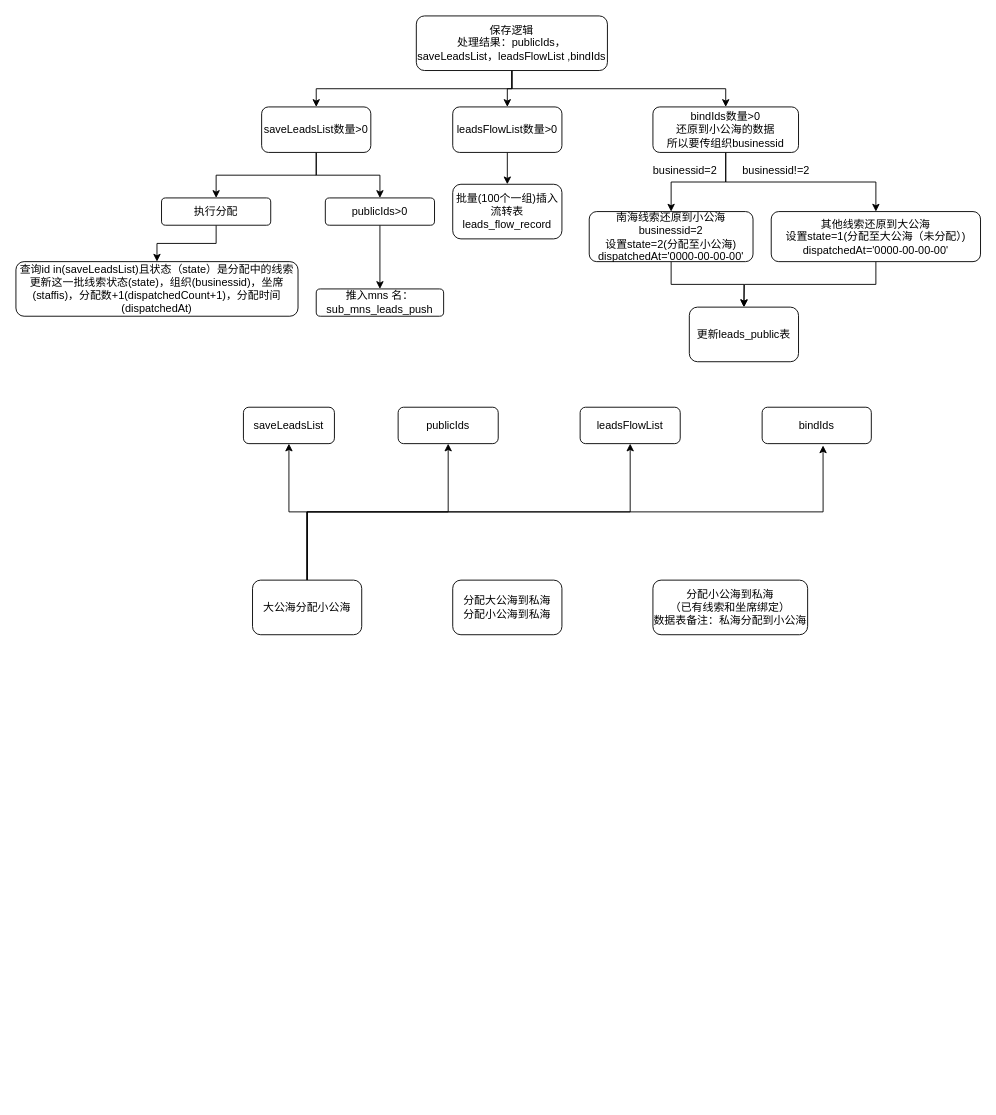
The draw.io diagram 保存分配线索.drawio in jilinhao/test, before the edit. Source tidied: cells renumbered, new cells numbered last; positions are measured from the earlier drawing's top-left corner, leaving out a move shared by most shapes. Both pictures are drawn from the tidied source at 91%, with x=0, y=0 at pixel (15, 15).
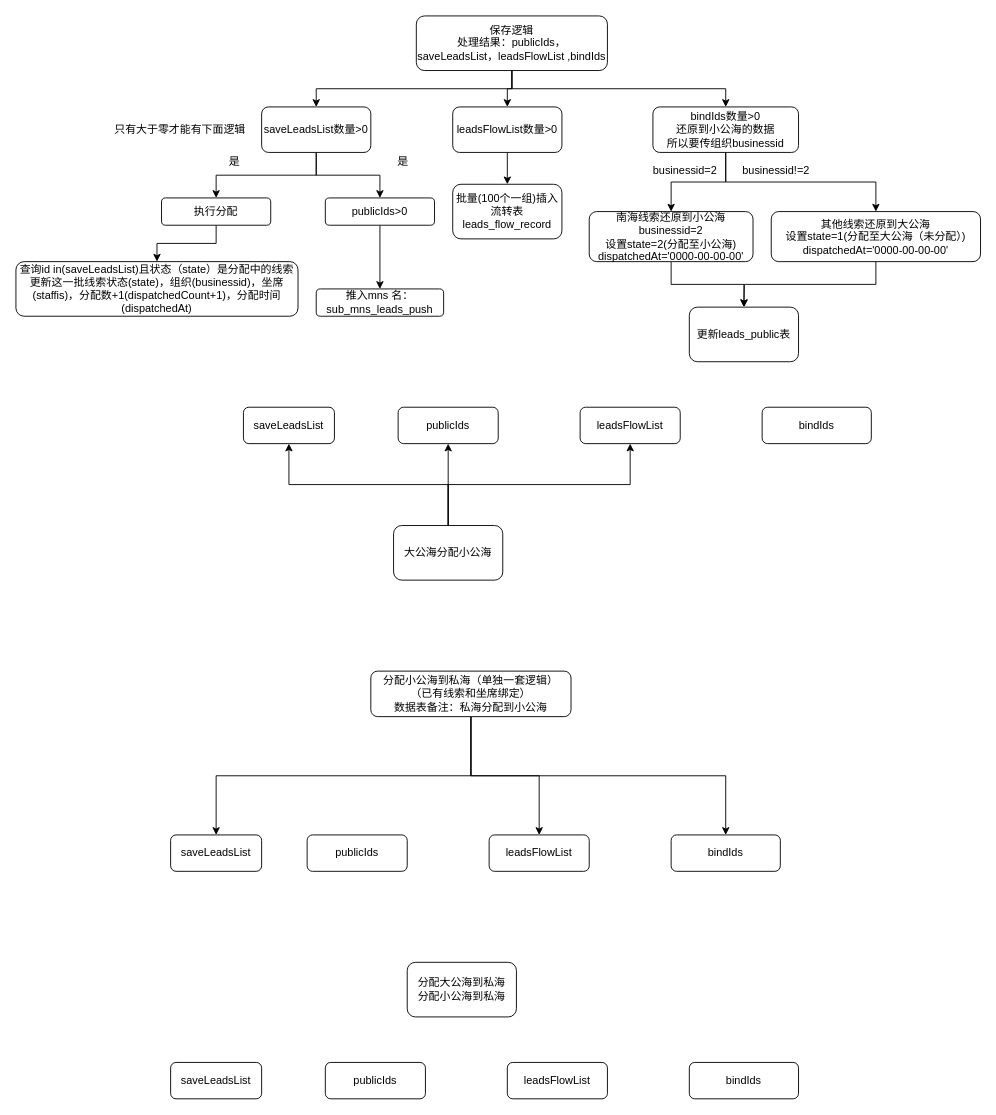
The same page after the edit.

Commit message:
Update 保存分配线索.drawio

The change refers to these unchanged cells:
```xml
<mxCell id="35" value="bindIds" style="rounded=1;whiteSpace=wrap;html=1;" parent="1" vertex="1">
  <mxGeometry x="820" y="430" width="120" height="40" as="geometry" />
</mxCell>
```

Change to the diagram source:
```diff
@@
-    <mxCell id="32" style="edgeStyle=orthogonalEdgeStyle;rounded=0;jettySize=auto;html=1;exitX=0.5;exitY=0;exitDx=0;exitDy=0;entryX=0.558;entryY=1.05;entryDx=0;entryDy=0;entryPerimeter=0;" parent="1" edge="1" source="33" target="35">
-      <mxGeometry relative="1" as="geometry" />
-    </mxCell>
     <mxCell id="33" value="大公海分配小公海" style="rounded=1;whiteSpace=wrap;html=1;" parent="1" vertex="1">
-      <mxGeometry x="260" y="620" width="120" height="60" as="geometry" />
+      <mxGeometry x="415" y="560" width="120" height="60" as="geometry" />
     </mxCell>
@@
     <mxCell id="37" value="分配大公海到私海&lt;br&gt;分配小公海到私海" style="rounded=1;whiteSpace=wrap;html=1;" parent="1" vertex="1">
-      <mxGeometry x="480" y="620" width="120" height="60" as="geometry" />
+      <mxGeometry x="430" y="1040" width="120" height="60" as="geometry" />
     </mxCell>
+    <mxCell id="39" style="edgeStyle=orthogonalEdgeStyle;rounded=0;jettySize=auto;html=1;exitX=0.5;exitY=1;exitDx=0;exitDy=0;" parent="1" edge="1" source="38" target="46">
+      <mxGeometry relative="1" as="geometry" />
+    </mxCell>
+    <mxCell id="40" style="edgeStyle=orthogonalEdgeStyle;rounded=0;jettySize=auto;html=1;exitX=0.5;exitY=1;exitDx=0;exitDy=0;entryX=0.5;entryY=0;entryDx=0;entryDy=0;" parent="1" edge="1" source="38" target="48">
+      <mxGeometry relative="1" as="geometry" />
+    </mxCell>
+    <mxCell id="41" style="edgeStyle=orthogonalEdgeStyle;rounded=0;jettySize=auto;html=1;exitX=0.5;exitY=1;exitDx=0;exitDy=0;" parent="1" edge="1" source="38" target="47">
+      <mxGeometry relative="1" as="geometry" />
+    </mxCell>
-    <mxCell id="38" value="分配小公海到私海&lt;br&gt;（已有线索和坐席绑定）&lt;br&gt;数据表备注：私海分配到小公海" style="rounded=1;whiteSpace=wrap;html=1;" parent="1" vertex="1">
-      <mxGeometry x="700" y="620" width="170" height="60" as="geometry" />
+    <mxCell id="38" value="分配小公海到私海（单独一套逻辑）&lt;br&gt;（已有线索和坐席绑定）&lt;br&gt;数据表备注：私海分配到小公海" style="rounded=1;whiteSpace=wrap;html=1;" parent="1" vertex="1">
+      <mxGeometry x="390" y="720" width="220" height="50" as="geometry" />
     </mxCell>
+    <mxCell id="42" value="是" style="text;html=1;align=center;verticalAlign=middle;" parent="1" vertex="1">
+      <mxGeometry x="225" y="150" width="30" height="20" as="geometry" />
+    </mxCell>
+    <mxCell id="43" value="是" style="text;html=1;align=center;verticalAlign=middle;" parent="1" vertex="1">
+      <mxGeometry x="410" y="150" width="30" height="20" as="geometry" />
+    </mxCell>
+    <mxCell id="44" value="只有大于零才能有下面逻辑" style="text;html=1;align=center;verticalAlign=middle;" parent="1" vertex="1">
+      <mxGeometry x="100" y="115" width="160" height="20" as="geometry" />
+    </mxCell>
+    <mxCell id="45" value="publicIds" style="rounded=1;whiteSpace=wrap;html=1;" parent="1" vertex="1">
+      <mxGeometry x="320" y="900" width="110" height="40" as="geometry" />
+    </mxCell>
+    <mxCell id="46" value="&lt;span style=&quot;text-align: left&quot;&gt;saveLeadsList&lt;/span&gt;" style="rounded=1;whiteSpace=wrap;html=1;" parent="1" vertex="1">
+      <mxGeometry x="170" y="900" width="100" height="40" as="geometry" />
+    </mxCell>
+    <mxCell id="47" value="bindIds" style="rounded=1;whiteSpace=wrap;html=1;" parent="1" vertex="1">
+      <mxGeometry x="720" y="900" width="120" height="40" as="geometry" />
+    </mxCell>
+    <mxCell id="48" value="leadsFlowList" style="rounded=1;whiteSpace=wrap;html=1;" parent="1" vertex="1">
+      <mxGeometry x="520" y="900" width="110" height="40" as="geometry" />
+    </mxCell>
+    <mxCell id="49" value="publicIds" style="rounded=1;whiteSpace=wrap;html=1;" parent="1" vertex="1">
+      <mxGeometry x="340" y="1150" width="110" height="40" as="geometry" />
+    </mxCell>
+    <mxCell id="50" value="&lt;span style=&quot;text-align: left&quot;&gt;saveLeadsList&lt;/span&gt;" style="rounded=1;whiteSpace=wrap;html=1;" parent="1" vertex="1">
+      <mxGeometry x="170" y="1150" width="100" height="40" as="geometry" />
+    </mxCell>
+    <mxCell id="51" value="bindIds" style="rounded=1;whiteSpace=wrap;html=1;" parent="1" vertex="1">
+      <mxGeometry x="740" y="1150" width="120" height="40" as="geometry" />
+    </mxCell>
+    <mxCell id="52" value="leadsFlowList" style="rounded=1;whiteSpace=wrap;html=1;" parent="1" vertex="1">
+      <mxGeometry x="540" y="1150" width="110" height="40" as="geometry" />
+    </mxCell>
```
